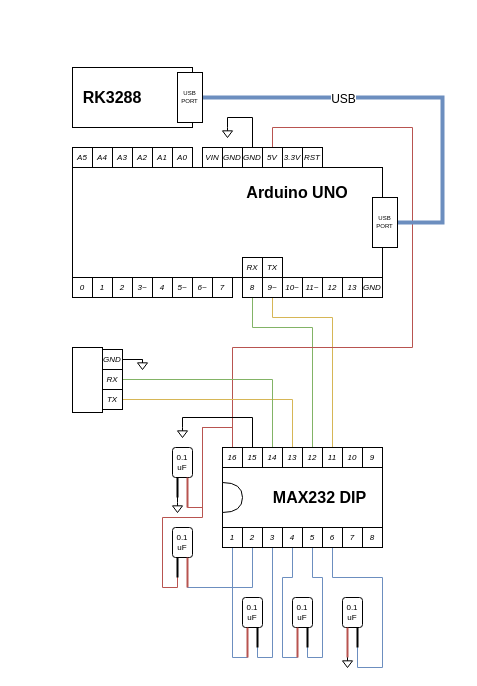
Before: 0. Project/4. VendingMachine/ArduinoVending.drawio in iwandwip/Magang-OTGroup, a draw.io diagram. Source tidied: cells renumbered, new cells numbered last; positions are measured from the earlier drawing's top-left corner, leaving out a move shared by most shapes. Both pictures are drawn from the tidied source at 100%, with x=0, y=0 at pixel (72, 67).
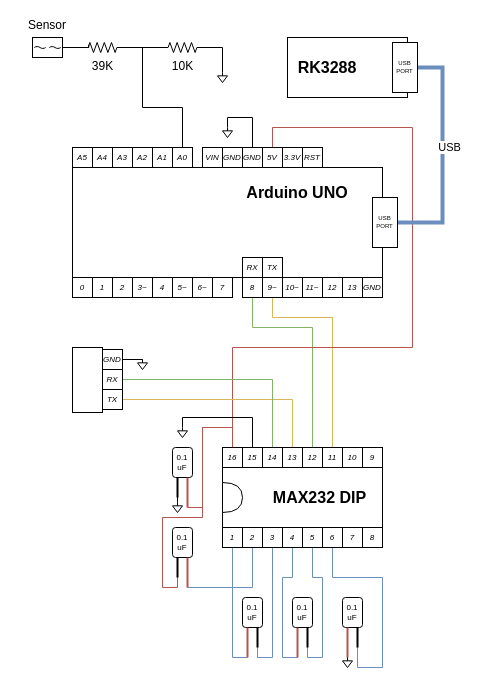
Above is the later version.

The change refers to these unchanged cells:
```xml
<mxCell id="24" value="A0" style="rounded=0;whiteSpace=wrap;html=1;fontSize=8;fontStyle=2;" parent="1" vertex="1">
  <mxGeometry x="100" y="80" width="20" height="20" as="geometry" />
</mxCell>
<mxCell id="44" value="USB PORT" style="rounded=0;whiteSpace=wrap;html=1;fontSize=6;" parent="1" vertex="1">
  <mxGeometry x="300" y="130" width="25" height="50" as="geometry" />
</mxCell>
```

Change to the diagram source:
```diff
@@
+    <mxCell id="102" style="edgeStyle=orthogonalEdgeStyle;rounded=0;jettySize=auto;html=1;exitX=0.5;exitY=0;exitDx=0;exitDy=0;entryX=1;entryY=0.5;entryDx=0;entryDy=0;entryPerimeter=0;fontSize=25;endArrow=none;endFill=0;" parent="1" edge="1" source="24" target="104">
+      <mxGeometry relative="1" as="geometry">
+        <Array as="points">
+          <mxPoint x="110" y="40" />
+          <mxPoint x="70" y="40" />
+          <mxPoint x="70" y="-20" />
+        </Array>
+      </mxGeometry>
+    </mxCell>
@@
     <mxCell id="39" style="rounded=0;whiteSpace=wrap;html=1;fontSize=6;" parent="1" vertex="1">
-      <mxGeometry width="120" height="60" as="geometry" />
+      <mxGeometry x="215" y="-30" width="120" height="60" as="geometry" />
     </mxCell>
     <mxCell id="40" value="RK3288" style="text;html=1;strokeColor=none;fillColor=none;align=center;verticalAlign=middle;whiteSpace=wrap;rounded=0;fontSize=16;fontStyle=1;" parent="1" vertex="1">
-      <mxGeometry y="15" width="80" height="30" as="geometry" />
+      <mxGeometry x="215" y="-15" width="80" height="30" as="geometry" />
     </mxCell>
     <mxCell id="41" style="edgeStyle=orthogonalEdgeStyle;rounded=0;jettySize=auto;html=1;exitX=1;exitY=0.5;exitDx=0;exitDy=0;entryX=1;entryY=0.5;entryDx=0;entryDy=0;fontSize=6;endArrow=none;endFill=0;fillColor=#dae8fc;strokeColor=#6c8ebf;strokeWidth=4;" parent="1" edge="1" source="43" target="44">
       <mxGeometry relative="1" as="geometry">
         <Array as="points">
-          <mxPoint x="370" y="30" />
+          <mxPoint x="370" />
           <mxPoint x="370" y="155" />
         </Array>
       </mxGeometry>
     </mxCell>
-    <mxCell id="42" value="&lt;font style=&quot;font-size: 12px;&quot;&gt;USB&lt;/font&gt;" style="edgeLabel;html=1;align=center;verticalAlign=middle;fontSize=6;" parent="41" vertex="1">
-      <mxGeometry x="0.33" y="4" relative="1" as="geometry">
-        <mxPoint x="-104" y="-32" as="offset" />
-      </mxGeometry>
+    <mxCell id="42" value="USB" style="edgeLabel;html=1;align=center;verticalAlign=middle;" parent="41" vertex="1">
+      <mxGeometry x="-0.08" y="6" relative="1" as="geometry" />
     </mxCell>
     <mxCell id="43" value="USB PORT" style="rounded=0;whiteSpace=wrap;html=1;fontSize=6;" parent="1" vertex="1">
-      <mxGeometry x="105" y="5" width="25" height="50" as="geometry" />
+      <mxGeometry x="320" y="-25" width="25" height="50" as="geometry" />
     </mxCell>
@@
+    <mxCell id="103" style="edgeStyle=orthogonalEdgeStyle;rounded=0;jettySize=auto;html=1;exitX=1;exitY=0.5;exitDx=0;exitDy=0;exitPerimeter=0;entryX=0;entryY=0.5;entryDx=0;entryDy=0;entryPerimeter=0;fontSize=25;endArrow=none;endFill=0;" parent="1" edge="1" source="104" target="106">
+      <mxGeometry relative="1" as="geometry" />
+    </mxCell>
+    <mxCell id="104" value="39K" style="verticalLabelPosition=bottom;shadow=0;dashed=0;align=center;html=1;verticalAlign=top;shape=mxgraph.electrical.resistors.resistor_2;" parent="1" vertex="1">
+      <mxGeometry x="7.5" y="-25" width="45" height="10" as="geometry" />
+    </mxCell>
+    <mxCell id="105" style="edgeStyle=orthogonalEdgeStyle;rounded=0;jettySize=auto;html=1;exitX=1;exitY=0.5;exitDx=0;exitDy=0;exitPerimeter=0;entryX=0.5;entryY=0;entryDx=0;entryDy=0;entryPerimeter=0;endArrow=none;endFill=0;" parent="1" edge="1" source="106" target="107">
+      <mxGeometry relative="1" as="geometry" />
+    </mxCell>
+    <mxCell id="106" value="10K" style="verticalLabelPosition=bottom;shadow=0;dashed=0;align=center;html=1;verticalAlign=top;shape=mxgraph.electrical.resistors.resistor_2;" parent="1" vertex="1">
+      <mxGeometry x="87.5" y="-25" width="45" height="10" as="geometry" />
+    </mxCell>
+    <mxCell id="107" style="verticalLabelPosition=bottom;shadow=0;dashed=0;align=center;html=1;verticalAlign=top;shape=mxgraph.electrical.signal_sources.signal_ground;" parent="1" vertex="1">
+      <mxGeometry x="145" y="5" width="10" height="10" as="geometry" />
+    </mxCell>
+    <mxCell id="108" style="edgeStyle=orthogonalEdgeStyle;rounded=0;jettySize=auto;html=1;exitX=1;exitY=0.5;exitDx=0;exitDy=0;exitPerimeter=0;entryX=0.196;entryY=0.222;entryDx=0;entryDy=0;entryPerimeter=0;fontSize=25;endArrow=none;endFill=0;" parent="1" edge="1" source="109" target="104">
+      <mxGeometry relative="1" as="geometry" />
+    </mxCell>
+    <mxCell id="109" style="verticalLabelPosition=bottom;align=center;outlineConnect=0;dashed=0;html=1;verticalAlign=top;shape=mxgraph.pid.flow_sensors.ultrasonic;fontSize=25;" parent="1" vertex="1">
+      <mxGeometry x="-40" y="-30" width="30" height="20" as="geometry" />
+    </mxCell>
+    <mxCell id="110" value="Sensor" style="text;html=1;strokeColor=none;fillColor=none;align=center;verticalAlign=middle;whiteSpace=wrap;rounded=0;fontSize=12;" parent="1" vertex="1">
+      <mxGeometry x="-55" y="-50" width="60" height="15" as="geometry" />
+    </mxCell>
```
